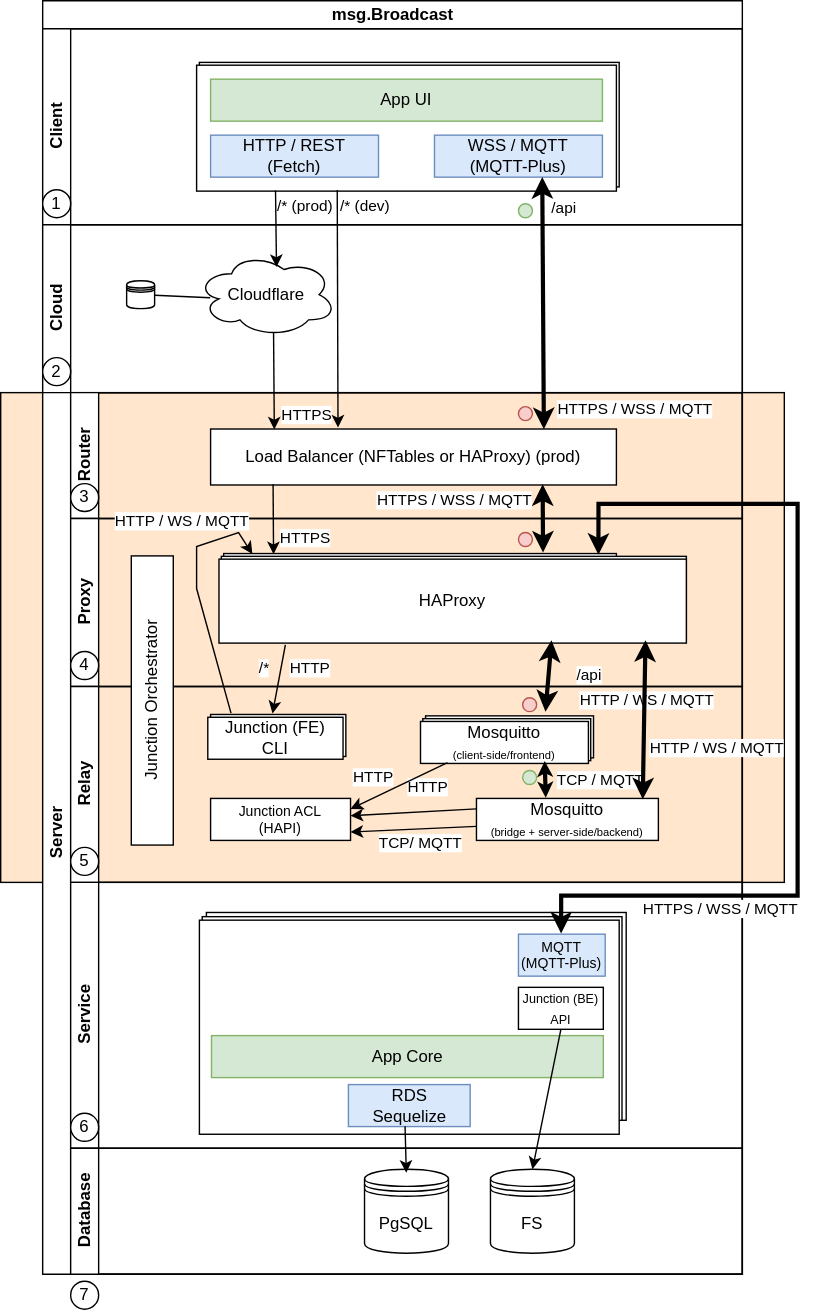
Before: doc/4-architecture-view.svg, a diagram exported from draw.io (rse/broadcast). Source tidied: cells renumbered, new cells last; positions are measured from the earlier drawing's top-left corner, leaving out a move shared by most shapes.
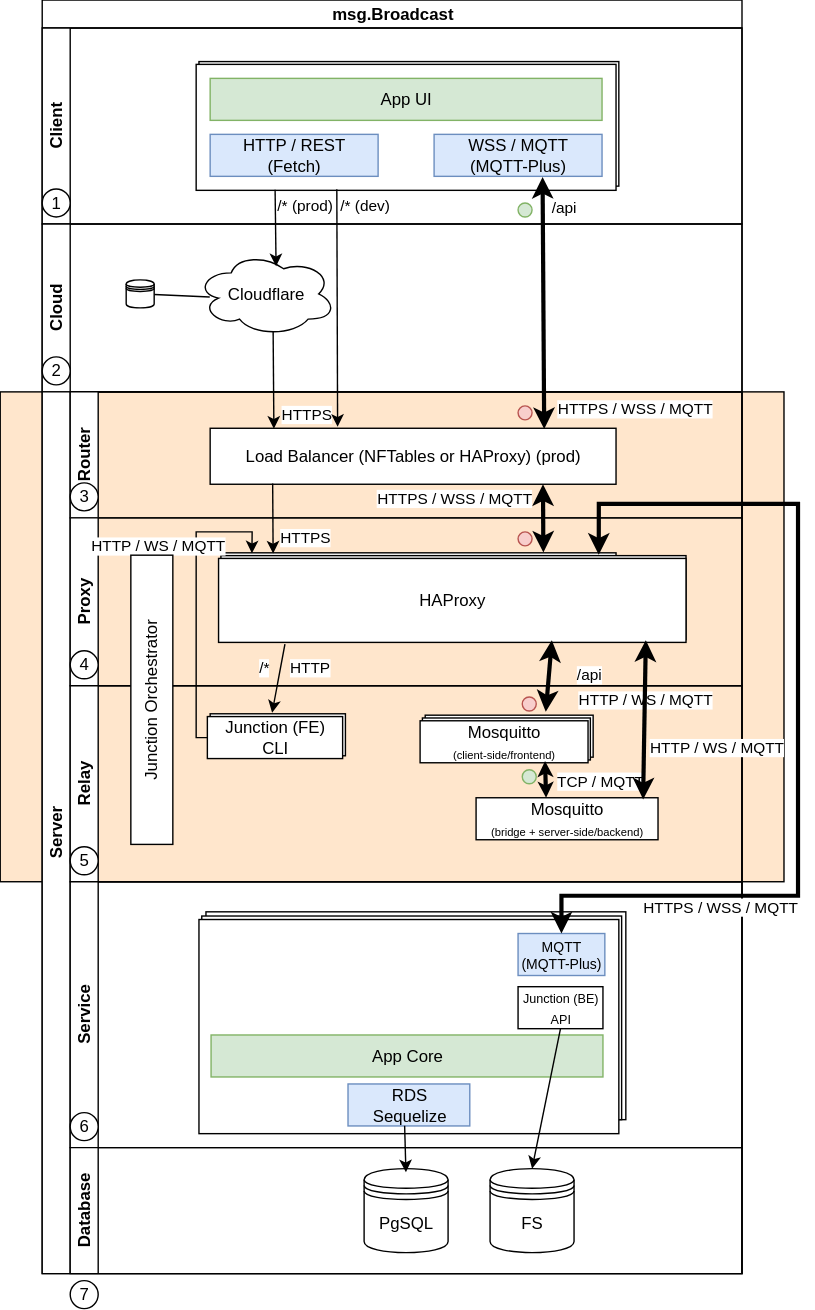
Later version of the same file.

Change to the diagram source:
```diff
@@ -117,15 +117,6 @@
     <mxCell id="38" style="ellipse;whiteSpace=wrap;html=1;fillColor=#d5e8d4;strokeColor=#82b366;" parent="28" vertex="1">
       <mxGeometry x="323" y="60" width="10" height="10" as="geometry" />
     </mxCell>
-    <mxCell id="39" value="HTTP" style="edgeLabel;html=1;align=right;verticalAlign=bottom;" parent="28" vertex="1">
-      <mxGeometry x="270" y="80" as="geometry" />
-    </mxCell>
-    <mxCell id="40" style="endArrow=classic;html=1;rounded=0;exitX=0;exitY=0.25;exitDx=0;exitDy=0;" parent="28" edge="1">
-      <mxGeometry relative="1" as="geometry">
-        <mxPoint x="290" y="100" as="sourcePoint" />
-        <mxPoint x="200" y="104" as="targetPoint" />
-      </mxGeometry>
-    </mxCell>
     <mxCell id="41" value="Junction (FE)&lt;br&gt;CLI" style="rounded=0;whiteSpace=wrap;html=1;" parent="28" vertex="1">
       <mxGeometry x="98" y="22" width="96.7" height="30" as="geometry" />
     </mxCell>
@@ -229,12 +220,13 @@
         <mxPoint x="101" y="-29" as="offset" />
       </mxGeometry>
     </mxCell>
-    <mxCell id="69" style="endArrow=classic;html=1;rounded=0;entryX=0.073;entryY=0.006;entryDx=0;entryDy=0;entryPerimeter=0;exitX=0.151;exitY=-0.032;exitDx=0;exitDy=0;exitPerimeter=0;" parent="17" edge="1" source="36" target="23">
+    <mxCell id="69" style="endArrow=classic;html=1;rounded=0;entryX=0.073;entryY=0.006;entryDx=0;entryDy=0;entryPerimeter=0;exitX=0;exitY=0.5;exitDx=0;exitDy=0;" parent="17" edge="1" source="41" target="23">
       <mxGeometry relative="1" as="geometry">
         <Array as="points">
+          <mxPoint x="110" y="247" />
           <mxPoint x="110" y="140" />
-          <mxPoint x="110" y="110" />
-          <mxPoint x="140" y="100" />
+          <mxPoint x="110" y="100" />
+          <mxPoint x="150" y="100" />
         </Array>
       </mxGeometry>
     </mxCell>
@@ -286,23 +278,6 @@
     <mxCell id="81" value="/api" style="edgeLabel;html=1;align=left;verticalAlign=bottom;" parent="1" vertex="1">
       <mxGeometry x="410" y="490" as="geometry" />
     </mxCell>
-    <mxCell id="82" value="Junction ACL&lt;br&gt;(HAPI)" style="rounded=0;whiteSpace=wrap;html=1;fontSize=10;" parent="1" vertex="1">
-      <mxGeometry x="150" y="570" width="100" height="30" as="geometry" />
-    </mxCell>
-    <mxCell id="83" style="endArrow=classic;html=1;rounded=0;entryX=1;entryY=0.25;entryDx=0;entryDy=0;exitX=0.161;exitY=0.983;exitDx=0;exitDy=0;exitPerimeter=0;" parent="1" edge="1" source="31" target="82">
-      <mxGeometry relative="1" as="geometry" />
-    </mxCell>
-    <mxCell id="84" value="HTTP" style="edgeLabel;html=1;align=right;verticalAlign=bottom;" parent="83" vertex="1">
-      <mxGeometry x="1" relative="1" as="geometry">
-        <mxPoint x="31" y="-14" as="offset" />
-      </mxGeometry>
-    </mxCell>
-    <mxCell id="85" style="endArrow=classic;html=1;rounded=0;exitX=0;exitY=0.25;exitDx=0;exitDy=0;" parent="1" edge="1" source="32" target="82">
-      <mxGeometry relative="1" as="geometry" />
-    </mxCell>
-    <mxCell id="86" value="TCP/ MQTT" style="edgeLabel;html=1;align=right;verticalAlign=bottom;" parent="1" vertex="1">
-      <mxGeometry x="330" y="610" as="geometry" />
-    </mxCell>
     <mxCell id="87" value="Junction Orchestrator" style="rounded=0;whiteSpace=wrap;html=1;rotation=-90;" parent="1" vertex="1">
       <mxGeometry x="5" y="485" width="206.7" height="30" as="geometry" />
     </mxCell>
```
